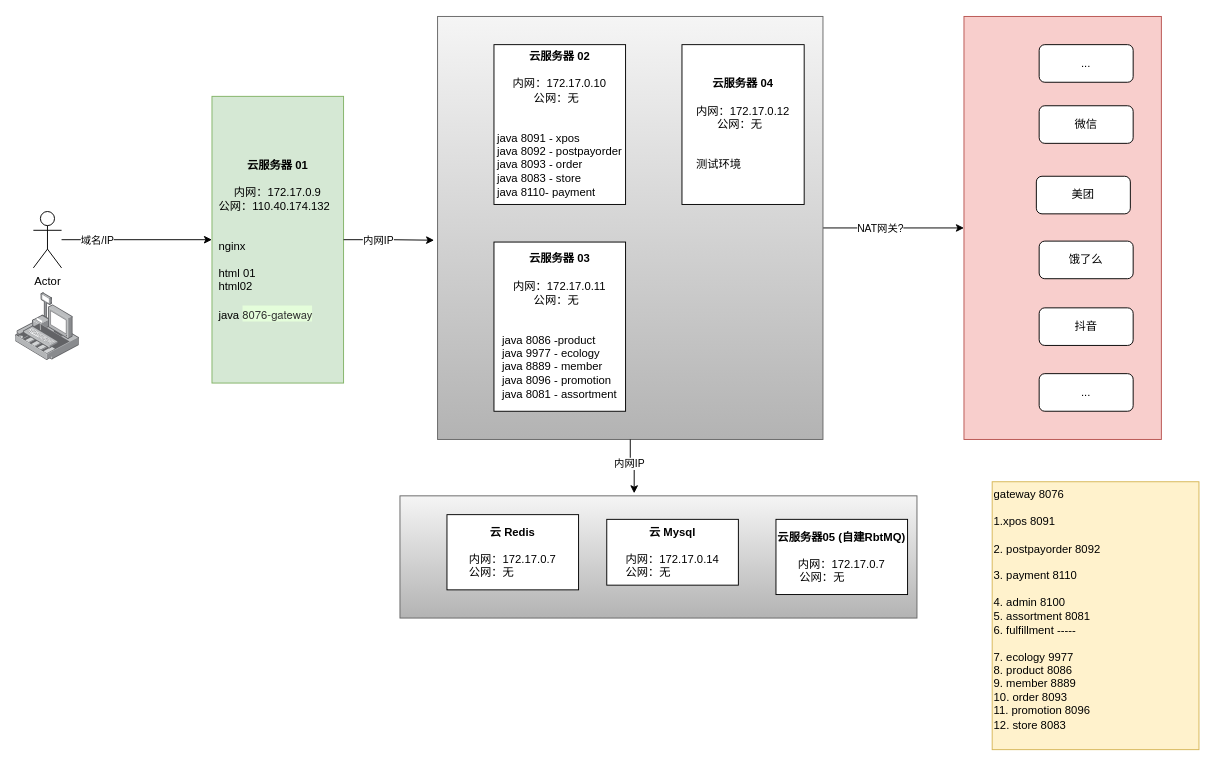
Above: page "腾讯云部署24/7/25" (3 of 3) of qiangfeng/qiangfeng部署图.drawio in exm-x/draw.io (draw.io), before the change. Source tidied: cells renumbered, new cells numbered last; positions are measured from the earlier drawing's top-left corner, leaving out a move shared by most shapes. Both pictures are drawn from the tidied source at 94%, with x=0, y=0 at pixel (15, 16).
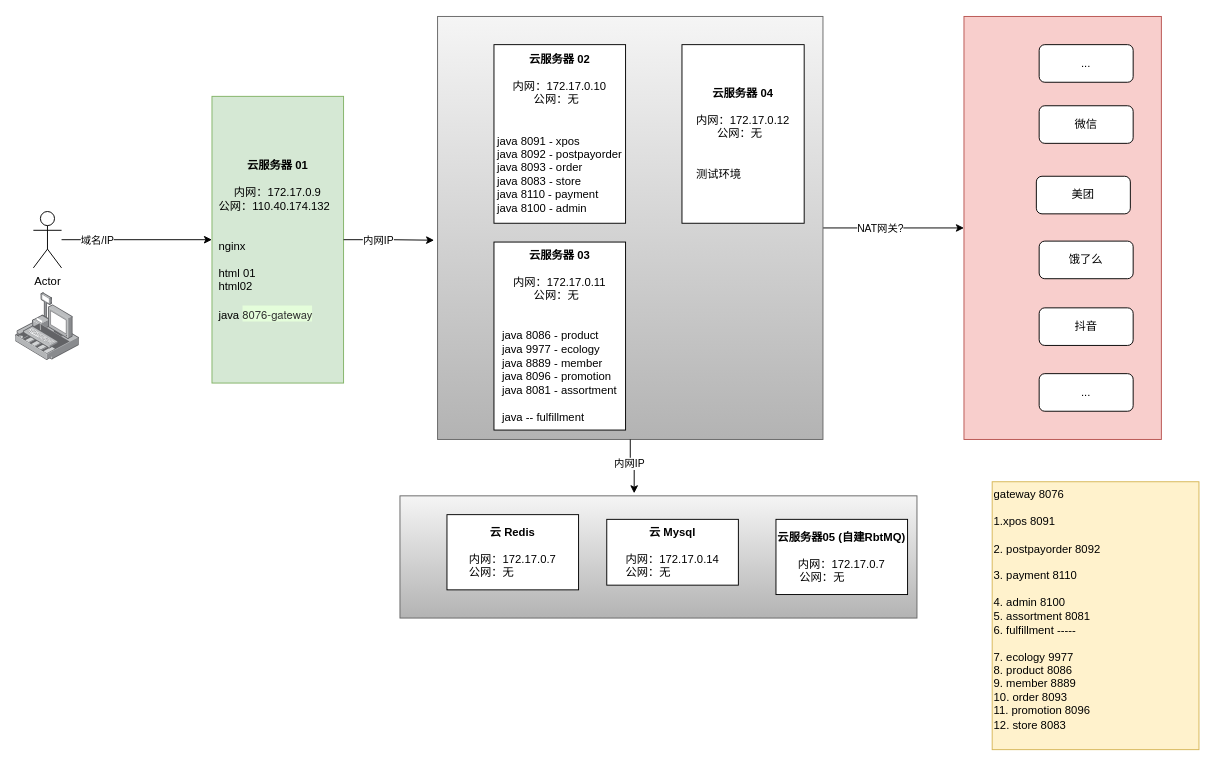
After the change.

Commit message:
更新qiangfeng部署图.drawio

The edit, as a diff of the source:
```diff
@@
-    <mxCell id="15" value="&lt;b&gt;云服务器 02&lt;/b&gt;&lt;div&gt;&lt;div&gt;&lt;br&gt;&lt;/div&gt;&lt;div&gt;&lt;span style=&quot;text-align: left;&quot;&gt;内网：172.17.0.10&lt;/span&gt;&lt;br&gt;&lt;/div&gt;&lt;/div&gt;&lt;div&gt;&lt;span style=&quot;text-align: left;&quot;&gt;公网：无&amp;nbsp;&amp;nbsp;&lt;/span&gt;&lt;span style=&quot;text-align: left;&quot;&gt;&lt;br&gt;&lt;/span&gt;&lt;/div&gt;&lt;div&gt;&lt;span style=&quot;text-align: left;&quot;&gt;&lt;br&gt;&lt;/span&gt;&lt;/div&gt;&lt;div&gt;&lt;span style=&quot;text-align: left;&quot;&gt;&lt;br&gt;&lt;/span&gt;&lt;/div&gt;&lt;div style=&quot;text-align: left;&quot;&gt;java 8091 - xpos&lt;/div&gt;&lt;div style=&quot;text-align: left;&quot;&gt;java 8092 - postpayorder&lt;br&gt;&lt;/div&gt;&lt;div style=&quot;text-align: left;&quot;&gt;java 8093 - order&lt;br&gt;&lt;/div&gt;&lt;div style=&quot;text-align: left;&quot;&gt;java 8083 - store&lt;br&gt;&lt;/div&gt;&lt;div style=&quot;text-align: left;&quot;&gt;java 8110- payment&lt;br&gt;&lt;/div&gt;" style="rounded=0;whiteSpace=wrap;html=1;" parent="1" vertex="1">
-      <mxGeometry x="509" y="30" width="140" height="170" as="geometry" />
+    <mxCell id="15" value="&lt;b&gt;云服务器 02&lt;/b&gt;&lt;div&gt;&lt;div&gt;&lt;br&gt;&lt;/div&gt;&lt;div&gt;&lt;span style=&quot;text-align: left;&quot;&gt;内网：172.17.0.10&lt;/span&gt;&lt;br&gt;&lt;/div&gt;&lt;/div&gt;&lt;div&gt;&lt;span style=&quot;text-align: left;&quot;&gt;公网：无&amp;nbsp;&amp;nbsp;&lt;/span&gt;&lt;span style=&quot;text-align: left;&quot;&gt;&lt;br&gt;&lt;/span&gt;&lt;/div&gt;&lt;div&gt;&lt;span style=&quot;text-align: left;&quot;&gt;&lt;br&gt;&lt;/span&gt;&lt;/div&gt;&lt;div&gt;&lt;span style=&quot;text-align: left;&quot;&gt;&lt;br&gt;&lt;/span&gt;&lt;/div&gt;&lt;div style=&quot;text-align: left;&quot;&gt;java 8091 - xpos&lt;/div&gt;&lt;div style=&quot;text-align: left;&quot;&gt;java 8092 - postpayorder&lt;br&gt;&lt;/div&gt;&lt;div style=&quot;text-align: left;&quot;&gt;java 8093 - order&lt;br&gt;&lt;/div&gt;&lt;div style=&quot;text-align: left;&quot;&gt;java 8083 - store&lt;br&gt;&lt;/div&gt;&lt;div style=&quot;text-align: left;&quot;&gt;java 8110 - payment&lt;br&gt;&lt;/div&gt;&lt;div style=&quot;text-align: left;&quot;&gt;java 8100 - admin&lt;/div&gt;" style="rounded=0;whiteSpace=wrap;html=1;" parent="1" vertex="1">
+      <mxGeometry x="509" y="30" width="140" height="190" as="geometry" />
     </mxCell>
-    <mxCell id="16" value="&lt;b&gt;云服务器 03&lt;/b&gt;&lt;div&gt;&lt;div&gt;&lt;br&gt;&lt;/div&gt;&lt;div&gt;&lt;span style=&quot;text-align: left;&quot;&gt;内网：172.17.0.11&lt;/span&gt;&lt;br&gt;&lt;/div&gt;&lt;/div&gt;&lt;div&gt;&lt;span style=&quot;text-align: left;&quot;&gt;公网：无&amp;nbsp;&amp;nbsp;&lt;/span&gt;&lt;span style=&quot;text-align: left;&quot;&gt;&lt;br&gt;&lt;/span&gt;&lt;/div&gt;&lt;div&gt;&lt;span style=&quot;text-align: left;&quot;&gt;&lt;br&gt;&lt;/span&gt;&lt;/div&gt;&lt;div&gt;&lt;span style=&quot;text-align: left;&quot;&gt;&lt;br&gt;&lt;/span&gt;&lt;/div&gt;&lt;div&gt;&lt;div style=&quot;text-align: left;&quot;&gt;java 8086 -product&lt;/div&gt;&lt;div style=&quot;text-align: left;&quot;&gt;java 9977 - ecology&lt;br&gt;&lt;/div&gt;&lt;div style=&quot;text-align: left;&quot;&gt;java 8889 - member&lt;br&gt;&lt;/div&gt;&lt;div style=&quot;text-align: left;&quot;&gt;java 8096 - promotion&lt;br&gt;&lt;/div&gt;&lt;div style=&quot;text-align: left;&quot;&gt;java 8081 - assortment&lt;/div&gt;&lt;/div&gt;" style="rounded=0;whiteSpace=wrap;html=1;" parent="1" vertex="1">
-      <mxGeometry x="509" y="240" width="140" height="180" as="geometry" />
+    <mxCell id="16" value="&lt;b&gt;云服务器 03&lt;/b&gt;&lt;div&gt;&lt;div&gt;&lt;br&gt;&lt;/div&gt;&lt;div&gt;&lt;span style=&quot;text-align: left;&quot;&gt;内网：172.17.0.11&lt;/span&gt;&lt;br&gt;&lt;/div&gt;&lt;/div&gt;&lt;div&gt;&lt;span style=&quot;text-align: left;&quot;&gt;公网：无&amp;nbsp;&amp;nbsp;&lt;/span&gt;&lt;span style=&quot;text-align: left;&quot;&gt;&lt;br&gt;&lt;/span&gt;&lt;/div&gt;&lt;div&gt;&lt;span style=&quot;text-align: left;&quot;&gt;&lt;br&gt;&lt;/span&gt;&lt;/div&gt;&lt;div&gt;&lt;span style=&quot;text-align: left;&quot;&gt;&lt;br&gt;&lt;/span&gt;&lt;/div&gt;&lt;div&gt;&lt;div style=&quot;text-align: left;&quot;&gt;java 8086 - product&lt;/div&gt;&lt;div style=&quot;text-align: left;&quot;&gt;java 9977 - ecology&lt;br&gt;&lt;/div&gt;&lt;div style=&quot;text-align: left;&quot;&gt;java 8889 - member&lt;br&gt;&lt;/div&gt;&lt;div style=&quot;text-align: left;&quot;&gt;java 8096 - promotion&lt;br&gt;&lt;/div&gt;&lt;div style=&quot;text-align: left;&quot;&gt;java 8081 - assortment&lt;/div&gt;&lt;/div&gt;&lt;div style=&quot;text-align: left;&quot;&gt;&lt;br&gt;&lt;/div&gt;&lt;div style=&quot;text-align: left;&quot;&gt;java -- fulfillment&lt;/div&gt;" style="rounded=0;whiteSpace=wrap;html=1;" parent="1" vertex="1">
+      <mxGeometry x="509" y="240" width="140" height="200" as="geometry" />
     </mxCell>
     <mxCell id="17" value="&lt;b&gt;云服务器 04&lt;/b&gt;&lt;div&gt;&lt;div&gt;&lt;br&gt;&lt;/div&gt;&lt;div&gt;&lt;span style=&quot;text-align: left;&quot;&gt;内网：172.17.0.12&lt;/span&gt;&lt;br&gt;&lt;/div&gt;&lt;/div&gt;&lt;div&gt;&lt;span style=&quot;text-align: left;&quot;&gt;公网：无&amp;nbsp;&amp;nbsp;&lt;/span&gt;&lt;span style=&quot;text-align: left;&quot;&gt;&lt;br&gt;&lt;/span&gt;&lt;/div&gt;&lt;div&gt;&lt;span style=&quot;text-align: left;&quot;&gt;&lt;br&gt;&lt;/span&gt;&lt;/div&gt;&lt;div&gt;&lt;span style=&quot;text-align: left;&quot;&gt;&lt;br&gt;&lt;/span&gt;&lt;/div&gt;&lt;div&gt;&lt;div style=&quot;text-align: left;&quot;&gt;测试环境&lt;/div&gt;&lt;/div&gt;" style="rounded=0;whiteSpace=wrap;html=1;" parent="1" vertex="1">
-      <mxGeometry x="709" y="30" width="130" height="170" as="geometry" />
+      <mxGeometry x="709" y="30" width="130" height="190" as="geometry" />
     </mxCell>
```
